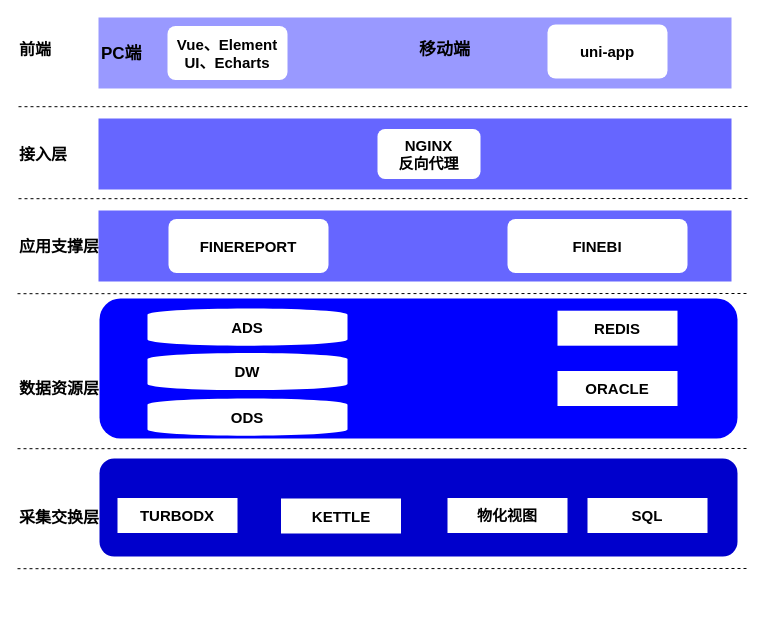
goylsf/image keeps this draw.io diagram as page "技术架构" (2 of 2) of 决策支持软件架构图.drawio. Above is the earlier version. Source tidied: cells renumbered, new cells numbered last; positions are measured from the earlier drawing's top-left corner, leaving out a move shared by most shapes. Both pictures are drawn from the tidied source at 100%, with x=0, y=0 at pixel (17, 17).
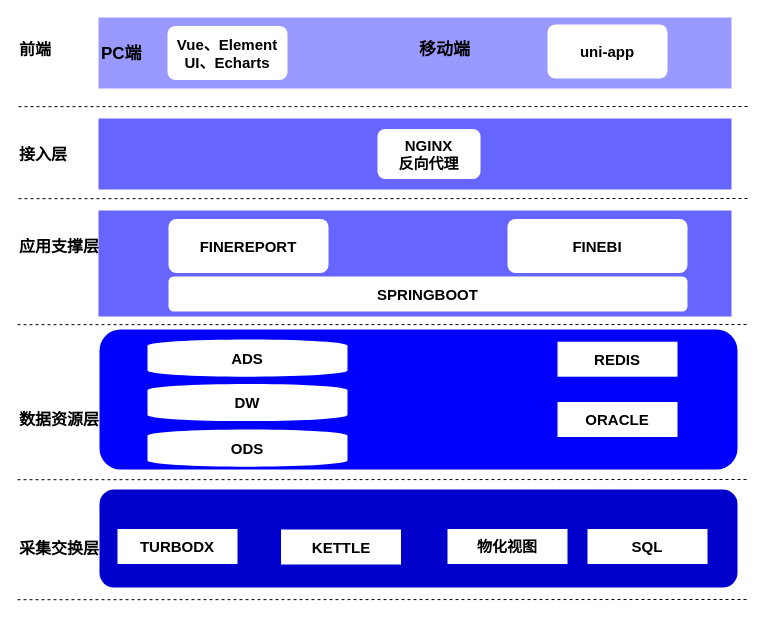
The same page after the edit.

What changed in the source:
```diff
@@
     <mxCell id="2" style="endArrow=none;dashed=1;html=1;exitX=1.017;exitY=0.12;exitDx=0;exitDy=0;exitPerimeter=0;" parent="1" edge="1">
       <mxGeometry relative="1" as="geometry">
-        <mxPoint y="276.2" as="sourcePoint" />
-        <mxPoint x="729" y="276" as="targetPoint" />
+        <mxPoint y="307.2" as="sourcePoint" />
+        <mxPoint x="729" y="307" as="targetPoint" />
       </mxGeometry>
     </mxCell>
     <mxCell id="3" style="endArrow=none;dashed=1;html=1;exitX=1.017;exitY=0.12;exitDx=0;exitDy=0;exitPerimeter=0;" parent="1" edge="1">
       <mxGeometry relative="1" as="geometry">
-        <mxPoint y="431.2" as="sourcePoint" />
-        <mxPoint x="729" y="431" as="targetPoint" />
+        <mxPoint y="462.2" as="sourcePoint" />
+        <mxPoint x="729" y="462" as="targetPoint" />
       </mxGeometry>
     </mxCell>
@@
     <mxCell id="5" value="数据资源层" style="text;html=1;align=left;verticalAlign=top;spacingTop=-4;fontStyle=1;fontSize=16;" parent="1" vertex="1">
-      <mxGeometry y="358.5" width="100" height="30" as="geometry" />
+      <mxGeometry y="389.5" width="100" height="30" as="geometry" />
     </mxCell>
     <mxCell id="6" value="采集交换层" style="text;html=1;align=left;verticalAlign=top;spacingTop=-4;fontStyle=1;fontSize=16;" parent="1" vertex="1">
-      <mxGeometry y="488" width="100" height="30" as="geometry" />
+      <mxGeometry y="519" width="100" height="30" as="geometry" />
     </mxCell>
     <mxCell id="7" style="rounded=0;whiteSpace=wrap;html=1;fillColor=#6666FF;strokeColor=none;" parent="1" vertex="1">
-      <mxGeometry x="81" y="193" width="633" height="71" as="geometry" />
+      <mxGeometry x="81" y="193" width="633" height="106" as="geometry" />
     </mxCell>
@@
     <mxCell id="10" style="rounded=1;whiteSpace=wrap;html=1;align=left;fillColor=#0000FF;strokeColor=none;" parent="1" vertex="1">
-      <mxGeometry x="82" y="281" width="638" height="140" as="geometry" />
+      <mxGeometry x="82" y="312" width="638" height="140" as="geometry" />
     </mxCell>
     <mxCell id="11" style="rounded=1;whiteSpace=wrap;html=1;align=left;fillColor=#0000CC;strokeColor=none;fontSize=15;fontStyle=1;" parent="1" vertex="1">
-      <mxGeometry x="82" y="441" width="638" height="98" as="geometry" />
+      <mxGeometry x="82" y="472" width="638" height="98" as="geometry" />
     </mxCell>
     <mxCell id="12" value="TURBODX" style="rounded=0;whiteSpace=wrap;html=1;align=center;fontSize=15;fontStyle=1;strokeColor=none;" parent="1" vertex="1">
-      <mxGeometry x="100" y="480.5" width="120" height="35" as="geometry" />
+      <mxGeometry x="100" y="511.5" width="120" height="35" as="geometry" />
     </mxCell>
     <mxCell id="13" value="KETTLE" style="rounded=0;whiteSpace=wrap;html=1;align=center;fontSize=15;fontStyle=1;strokeColor=none;" parent="1" vertex="1">
-      <mxGeometry x="263.5" y="481" width="120" height="35" as="geometry" />
+      <mxGeometry x="263.5" y="512" width="120" height="35" as="geometry" />
     </mxCell>
     <mxCell id="14" value="物化视图" style="rounded=0;whiteSpace=wrap;html=1;align=center;fontSize=15;fontStyle=1;strokeColor=none;" parent="1" vertex="1">
-      <mxGeometry x="430" y="480.5" width="120" height="35" as="geometry" />
+      <mxGeometry x="430" y="511.5" width="120" height="35" as="geometry" />
     </mxCell>
     <mxCell id="15" style="endArrow=none;dashed=1;html=1;exitX=1.017;exitY=0.12;exitDx=0;exitDy=0;exitPerimeter=0;" parent="1" edge="1">
       <mxGeometry relative="1" as="geometry">
-        <mxPoint y="551.2" as="sourcePoint" />
-        <mxPoint x="729" y="551" as="targetPoint" />
+        <mxPoint y="582.2" as="sourcePoint" />
+        <mxPoint x="729" y="582" as="targetPoint" />
       </mxGeometry>
     </mxCell>
@@
     <mxCell id="17" value="SQL" style="rounded=0;whiteSpace=wrap;html=1;align=center;fontSize=15;fontStyle=1;strokeColor=none;" parent="1" vertex="1">
-      <mxGeometry x="570" y="480.5" width="120" height="35" as="geometry" />
+      <mxGeometry x="570" y="511.5" width="120" height="35" as="geometry" />
     </mxCell>
     <mxCell id="18" value="ORACLE" style="rounded=0;whiteSpace=wrap;html=1;align=center;fontSize=15;fontStyle=1;strokeColor=none;" parent="1" vertex="1">
-      <mxGeometry x="540" y="353.5" width="120" height="35" as="geometry" />
+      <mxGeometry x="540" y="384.5" width="120" height="35" as="geometry" />
     </mxCell>
     <mxCell id="19" value="ODS" style="strokeWidth=1;html=1;shape=mxgraph.flowchart.database;whiteSpace=wrap;align=center;fontSize=15;fontStyle=1;strokeColor=none;" parent="1" vertex="1">
-      <mxGeometry x="130" y="381" width="200" height="37.2" as="geometry" />
+      <mxGeometry x="130" y="412" width="200" height="37.2" as="geometry" />
     </mxCell>
     <mxCell id="20" value="DW" style="strokeWidth=1;html=1;shape=mxgraph.flowchart.database;whiteSpace=wrap;align=center;fontSize=15;fontStyle=1;strokeColor=none;" parent="1" vertex="1">
-      <mxGeometry x="130" y="335.4" width="200" height="37.2" as="geometry" />
+      <mxGeometry x="130" y="366.4" width="200" height="37.2" as="geometry" />
     </mxCell>
     <mxCell id="21" value="ADS" style="strokeWidth=1;html=1;shape=mxgraph.flowchart.database;whiteSpace=wrap;align=center;fontSize=15;fontStyle=1;strokeColor=none;" parent="1" vertex="1">
-      <mxGeometry x="130" y="291" width="200" height="37.2" as="geometry" />
+      <mxGeometry x="130" y="322" width="200" height="37.2" as="geometry" />
     </mxCell>
     <mxCell id="22" value="REDIS" style="rounded=0;whiteSpace=wrap;html=1;align=center;fontSize=15;fontStyle=1;strokeColor=none;" parent="1" vertex="1">
-      <mxGeometry x="540" y="293.2" width="120" height="35" as="geometry" />
+      <mxGeometry x="540" y="324.2" width="120" height="35" as="geometry" />
     </mxCell>
@@
+    <mxCell id="33" value="SPRINGBOOT" style="rounded=1;whiteSpace=wrap;html=1;align=center;fontSize=15;fontStyle=1;strokeColor=none;" parent="1" vertex="1">
+      <mxGeometry x="151" y="259" width="519" height="35" as="geometry" />
+    </mxCell>
```
